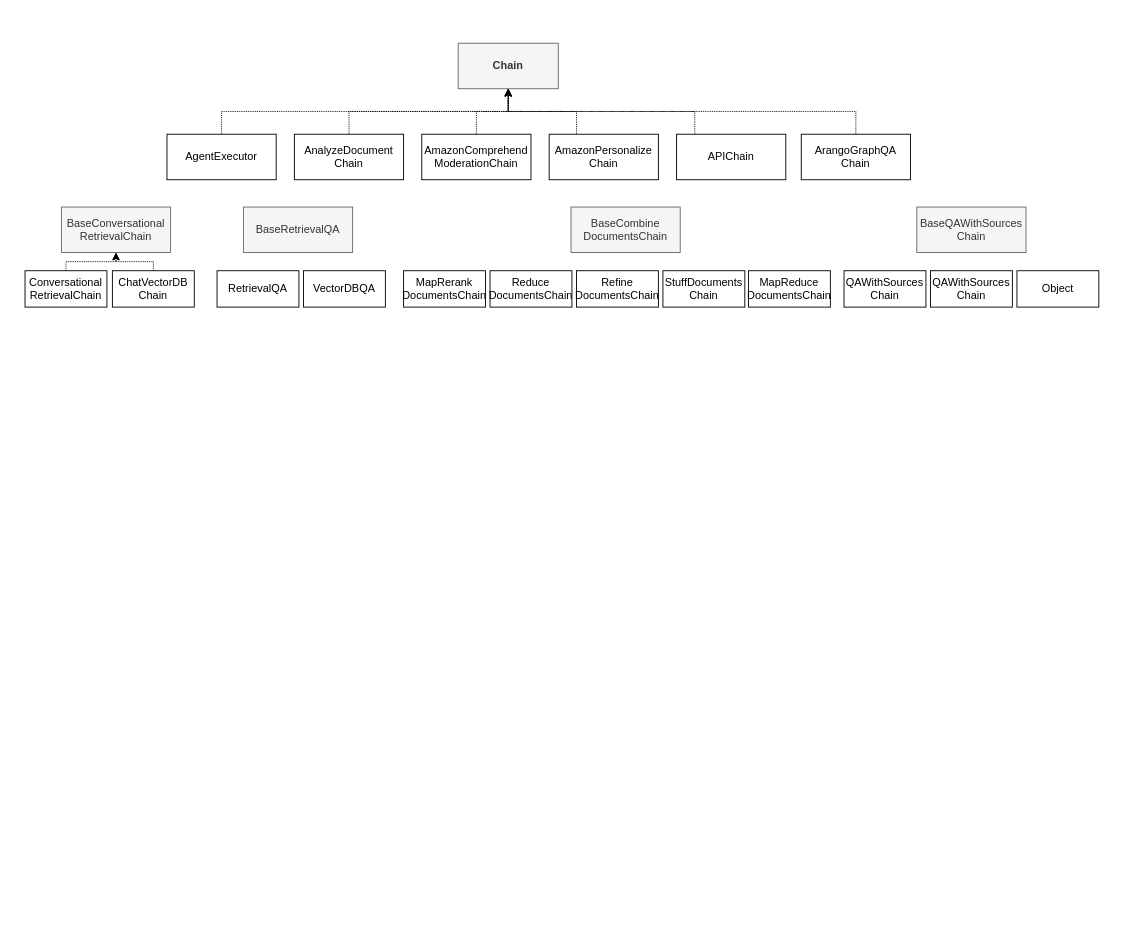
The draw.io diagram page "chains" (1 of 2) of LangChain_Notes.drawio in ooooona/toolkits, before the edit. Source tidied: cells renumbered, new cells numbered last; positions are measured from the earlier drawing's top-left corner, leaving out a move shared by most shapes. Both pictures are drawn from the tidied source at 91%, with x=0, y=0 at pixel (25, 43).
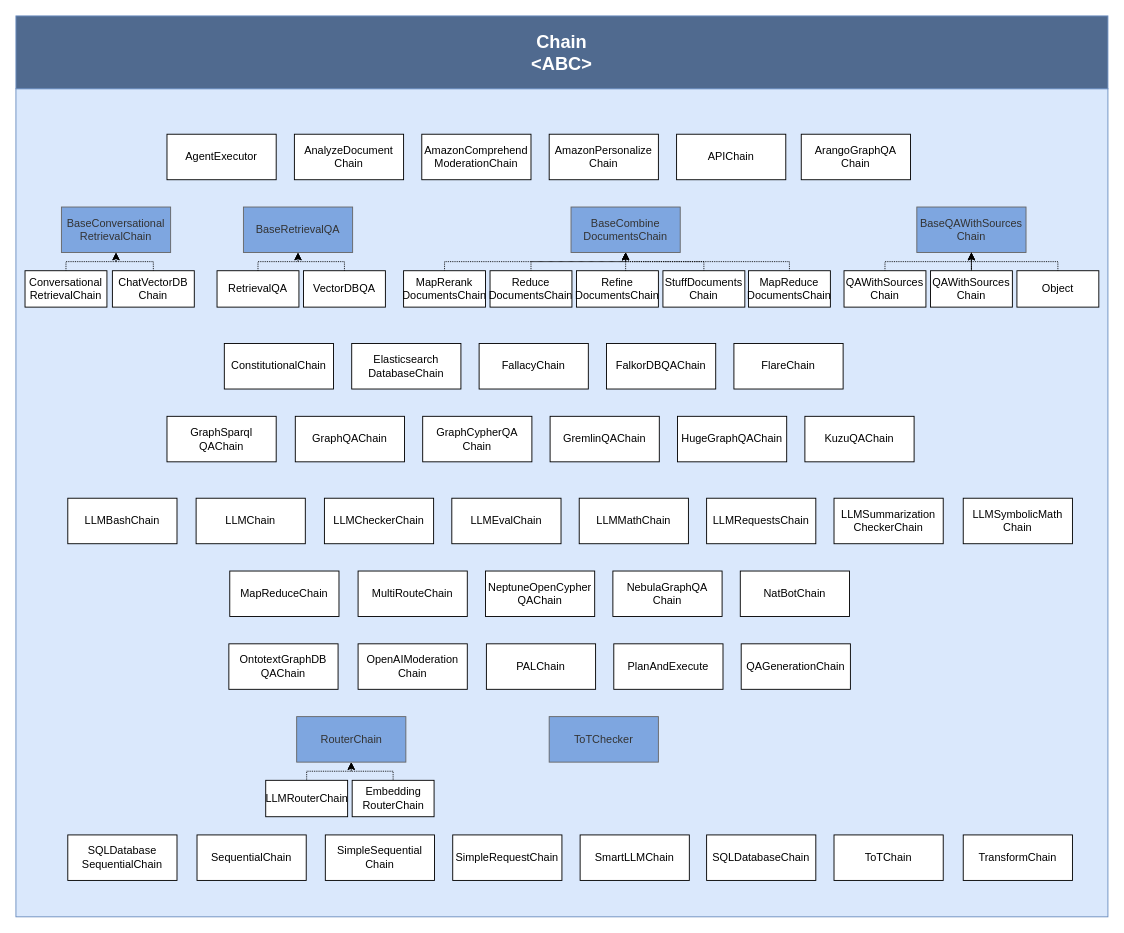
The same diagram, later.

The change refers to these unchanged cells:
```xml
<mxCell id="4" value="AgentExecutor" style="html=1;whiteSpace=wrap;" parent="1" vertex="1">
  <mxGeometry x="156" y="100" width="120" height="50" as="geometry" />
</mxCell>
<mxCell id="6" value="AnalyzeDocument&lt;div&gt;Chain&lt;/div&gt;" style="html=1;whiteSpace=wrap;" parent="1" vertex="1">
  <mxGeometry x="296" y="100" width="120" height="50" as="geometry" />
</mxCell>
<mxCell id="8" value="AmazonComprehend&lt;div&gt;ModerationChain&lt;/div&gt;" style="html=1;whiteSpace=wrap;" parent="1" vertex="1">
  <mxGeometry x="436" y="100" width="120" height="50" as="geometry" />
</mxCell>
<mxCell id="10" value="AmazonPersonalize&lt;div&gt;Chain&lt;/div&gt;" style="html=1;whiteSpace=wrap;" parent="1" vertex="1">
  <mxGeometry x="576" y="100" width="120" height="50" as="geometry" />
</mxCell>
<mxCell id="12" value="APIChain" style="html=1;whiteSpace=wrap;" parent="1" vertex="1">
  <mxGeometry x="716" y="100" width="120" height="50" as="geometry" />
</mxCell>
<mxCell id="14" value="ArangoGraphQA&lt;div&gt;Chain&lt;/div&gt;" style="html=1;whiteSpace=wrap;" parent="1" vertex="1">
  <mxGeometry x="853" y="100" width="120" height="50" as="geometry" />
</mxCell>
<mxCell id="23" value="RetrievalQA" style="html=1;whiteSpace=wrap;" parent="1" vertex="1">
  <mxGeometry x="211" y="250" width="90" height="40" as="geometry" />
</mxCell>
<mxCell id="24" value="VectorDBQA" style="html=1;whiteSpace=wrap;" parent="1" vertex="1">
  <mxGeometry x="306" y="250" width="90" height="40" as="geometry" />
</mxCell>
<mxCell id="25" value="QAWithSources&lt;div&gt;Chain&lt;/div&gt;" style="html=1;whiteSpace=wrap;" parent="1" vertex="1">
  <mxGeometry x="995" y="250" width="90" height="40" as="geometry" />
</mxCell>
<mxCell id="26" value="Object" style="html=1;whiteSpace=wrap;" parent="1" vertex="1">
  <mxGeometry x="1090" y="250" width="90" height="40" as="geometry" />
</mxCell>
<mxCell id="27" value="MapReduce&lt;div&gt;DocumentsChain&lt;/div&gt;" style="html=1;whiteSpace=wrap;" parent="1" vertex="1">
  <mxGeometry x="795" y="250" width="90" height="40" as="geometry" />
</mxCell>
<mxCell id="28" value="MapRerank&lt;div&gt;DocumentsChain&lt;/div&gt;" style="html=1;whiteSpace=wrap;" parent="1" vertex="1">
  <mxGeometry x="416" y="250" width="90" height="40" as="geometry" />
</mxCell>
<mxCell id="29" value="Reduce&lt;div&gt;DocumentsChain&lt;/div&gt;" style="html=1;whiteSpace=wrap;" parent="1" vertex="1">
  <mxGeometry x="511" y="250" width="90" height="40" as="geometry" />
</mxCell>
<mxCell id="30" value="Refine&lt;div&gt;&lt;span style=&quot;background-color: initial;&quot;&gt;DocumentsChain&lt;/span&gt;&lt;/div&gt;" style="html=1;whiteSpace=wrap;" parent="1" vertex="1">
  <mxGeometry x="606" y="250" width="90" height="40" as="geometry" />
</mxCell>
<mxCell id="31" value="StuffDocuments&lt;div&gt;Chain&lt;/div&gt;" style="html=1;whiteSpace=wrap;" parent="1" vertex="1">
  <mxGeometry x="701" y="250" width="90" height="40" as="geometry" />
</mxCell>
<mxCell id="32" value="QAWithSources&lt;div&gt;Chain&lt;/div&gt;" style="html=1;whiteSpace=wrap;" parent="1" vertex="1">
  <mxGeometry x="900" y="250" width="90" height="40" as="geometry" />
</mxCell>
```

Diff of the diagram source:
```diff
@@
+    <mxCell id="33" style="rounded=0;whiteSpace=wrap;html=1;fillColor=#dae8fc;fillStyle=solid;strokeColor=#6c8ebf;" parent="1" vertex="1">
+      <mxGeometry x="-10" y="50" width="1200" height="910" as="geometry" />
+    </mxCell>
-    <mxCell id="2" value="&lt;b&gt;Chain&lt;/b&gt;" style="html=1;whiteSpace=wrap;fillColor=#f5f5f5;fontColor=#333333;strokeColor=#666666;" parent="1" vertex="1">
-      <mxGeometry x="476" width="110" height="50" as="geometry" />
+    <mxCell id="2" value="&lt;font style=&quot;font-size: 20px;&quot; color=&quot;#ffffff&quot;&gt;&lt;b style=&quot;&quot;&gt;Chain&lt;/b&gt;&lt;/font&gt;&lt;div style=&quot;font-size: 20px;&quot;&gt;&lt;font style=&quot;font-size: 20px;&quot; color=&quot;#ffffff&quot;&gt;&lt;b style=&quot;&quot;&gt;&amp;lt;ABC&amp;gt;&lt;/b&gt;&lt;/font&gt;&lt;/div&gt;" style="html=1;whiteSpace=wrap;fillColor=#506A8F;strokeColor=#6c8ebf;" parent="1" vertex="1">
+      <mxGeometry x="-10" y="-30" width="1200" height="80" as="geometry" />
     </mxCell>
-    <mxCell id="3" style="edgeStyle=orthogonalEdgeStyle;rounded=0;jettySize=auto;html=1;entryX=0.5;entryY=1;entryDx=0;entryDy=0;exitX=0.5;exitY=0;exitDx=0;exitDy=0;dashed=1;dashPattern=1 1;" parent="1" edge="1" source="4" target="2">
-      <mxGeometry relative="1" as="geometry" />
-    </mxCell>
@@
-    <mxCell id="5" style="edgeStyle=orthogonalEdgeStyle;rounded=0;jettySize=auto;html=1;exitX=0.5;exitY=0;exitDx=0;exitDy=0;entryX=0.5;entryY=1;entryDx=0;entryDy=0;dashed=1;dashPattern=1 1;" parent="1" edge="1" source="6" target="2">
-      <mxGeometry relative="1" as="geometry" />
-    </mxCell>
@@
-    <mxCell id="7" style="edgeStyle=orthogonalEdgeStyle;rounded=0;jettySize=auto;html=1;exitX=0.5;exitY=0;exitDx=0;exitDy=0;entryX=0.5;entryY=1;entryDx=0;entryDy=0;dashed=1;dashPattern=1 1;" parent="1" edge="1" source="8" target="2">
-      <mxGeometry relative="1" as="geometry" />
-    </mxCell>
@@
-    <mxCell id="9" style="edgeStyle=orthogonalEdgeStyle;rounded=0;jettySize=auto;html=1;entryX=0.5;entryY=1;entryDx=0;entryDy=0;dashed=1;dashPattern=1 1;" parent="1" edge="1" source="10" target="2">
-      <mxGeometry relative="1" as="geometry">
-        <Array as="points">
-          <mxPoint x="606" y="75" />
-          <mxPoint x="531" y="75" />
-        </Array>
-      </mxGeometry>
-    </mxCell>
@@
-    <mxCell id="11" style="edgeStyle=orthogonalEdgeStyle;rounded=0;jettySize=auto;html=1;entryX=0.5;entryY=1;entryDx=0;entryDy=0;dashed=1;dashPattern=1 1;" parent="1" edge="1" source="12" target="2">
-      <mxGeometry relative="1" as="geometry">
-        <Array as="points">
-          <mxPoint x="736" y="75" />
-          <mxPoint x="531" y="75" />
-        </Array>
-      </mxGeometry>
-    </mxCell>
@@
-    <mxCell id="13" style="edgeStyle=orthogonalEdgeStyle;rounded=0;jettySize=auto;html=1;entryX=0.5;entryY=1;entryDx=0;entryDy=0;exitX=0.5;exitY=0;exitDx=0;exitDy=0;dashed=1;dashPattern=1 1;" parent="1" edge="1" source="14" target="2">
-      <mxGeometry relative="1" as="geometry" />
-    </mxCell>
@@
-    <mxCell id="15" value="BaseConversational&lt;div&gt;RetrievalChain&lt;/div&gt;" style="html=1;whiteSpace=wrap;fillColor=#f5f5f5;fontColor=#333333;strokeColor=#666666;" parent="1" vertex="1">
+    <mxCell id="15" value="BaseConversational&lt;div&gt;RetrievalChain&lt;/div&gt;" style="html=1;whiteSpace=wrap;fillColor=#7EA6E0;fontColor=#333333;strokeColor=#666666;" parent="1" vertex="1">
       <mxGeometry x="40" y="180" width="120" height="50" as="geometry" />
     </mxCell>
-    <mxCell id="16" value="BaseRetrievalQA" style="html=1;whiteSpace=wrap;fillColor=#f5f5f5;fontColor=#333333;strokeColor=#666666;" parent="1" vertex="1">
+    <mxCell id="16" value="BaseRetrievalQA" style="html=1;whiteSpace=wrap;fillColor=#7EA6E0;fontColor=#333333;strokeColor=#666666;" parent="1" vertex="1">
       <mxGeometry x="240" y="180" width="120" height="50" as="geometry" />
     </mxCell>
-    <mxCell id="17" value="BaseCombine&lt;div&gt;DocumentsChain&lt;br&gt;&lt;/div&gt;" style="html=1;whiteSpace=wrap;fillColor=#f5f5f5;fontColor=#333333;strokeColor=#666666;" parent="1" vertex="1">
+    <mxCell id="17" value="BaseCombine&lt;div&gt;DocumentsChain&lt;br&gt;&lt;/div&gt;" style="html=1;whiteSpace=wrap;fillColor=#7EA6E0;fontColor=#333333;strokeColor=#666666;" parent="1" vertex="1">
       <mxGeometry x="600" y="180" width="120" height="50" as="geometry" />
     </mxCell>
-    <mxCell id="18" value="BaseQAWithSources&lt;div&gt;Chain&lt;/div&gt;" style="html=1;whiteSpace=wrap;fillColor=#f5f5f5;fontColor=#333333;strokeColor=#666666;" parent="1" vertex="1">
+    <mxCell id="18" value="BaseQAWithSources&lt;div&gt;Chain&lt;/div&gt;" style="html=1;whiteSpace=wrap;fillColor=#7EA6E0;fontColor=#333333;strokeColor=#666666;" parent="1" vertex="1">
       <mxGeometry x="980" y="180" width="120" height="50" as="geometry" />
     </mxCell>
@@
+    <mxCell id="34" style="edgeStyle=orthogonalEdgeStyle;rounded=0;jettySize=auto;html=1;entryX=0.5;entryY=1;entryDx=0;entryDy=0;dashed=1;dashPattern=1 1;" parent="1" edge="1" source="25" target="18">
+      <mxGeometry relative="1" as="geometry" />
+    </mxCell>
@@
+    <mxCell id="35" style="edgeStyle=orthogonalEdgeStyle;rounded=0;jettySize=auto;html=1;entryX=0.5;entryY=1;entryDx=0;entryDy=0;dashed=1;dashPattern=1 1;" parent="1" edge="1" source="26" target="18">
+      <mxGeometry relative="1" as="geometry">
+        <Array as="points">
+          <mxPoint x="1135" y="240" />
+          <mxPoint x="1040" y="240" />
+        </Array>
+      </mxGeometry>
+    </mxCell>
@@
+    <mxCell id="36" style="edgeStyle=orthogonalEdgeStyle;rounded=0;jettySize=auto;html=1;entryX=0.5;entryY=1;entryDx=0;entryDy=0;dashed=1;dashPattern=1 1;" parent="1" edge="1" source="27" target="17">
+      <mxGeometry relative="1" as="geometry">
+        <Array as="points">
+          <mxPoint x="840" y="240" />
+          <mxPoint x="660" y="240" />
+        </Array>
+      </mxGeometry>
+    </mxCell>
@@
+    <mxCell id="37" style="edgeStyle=orthogonalEdgeStyle;rounded=0;jettySize=auto;html=1;entryX=0.5;entryY=1;entryDx=0;entryDy=0;dashed=1;dashPattern=1 1;" parent="1" edge="1" source="28" target="17">
+      <mxGeometry relative="1" as="geometry">
+        <Array as="points">
+          <mxPoint x="461" y="240" />
+          <mxPoint x="660" y="240" />
+        </Array>
+      </mxGeometry>
+    </mxCell>
@@
+    <mxCell id="38" style="edgeStyle=orthogonalEdgeStyle;rounded=0;jettySize=auto;html=1;entryX=0.5;entryY=1;entryDx=0;entryDy=0;dashed=1;dashPattern=1 1;" parent="1" edge="1" source="29" target="17">
+      <mxGeometry relative="1" as="geometry">
+        <Array as="points">
+          <mxPoint x="556" y="240" />
+          <mxPoint x="660" y="240" />
+        </Array>
+      </mxGeometry>
+    </mxCell>
@@
+    <mxCell id="39" style="edgeStyle=orthogonalEdgeStyle;rounded=0;jettySize=auto;html=1;entryX=0.5;entryY=1;entryDx=0;entryDy=0;dashed=1;dashPattern=1 1;" parent="1" edge="1" source="31" target="17">
+      <mxGeometry relative="1" as="geometry">
+        <Array as="points">
+          <mxPoint x="746" y="240" />
+          <mxPoint x="660" y="240" />
+        </Array>
+      </mxGeometry>
+    </mxCell>
@@
+    <mxCell id="40" style="edgeStyle=orthogonalEdgeStyle;rounded=0;jettySize=auto;html=1;entryX=0.5;entryY=1;entryDx=0;entryDy=0;dashed=1;dashPattern=1 1;" parent="1" edge="1" source="32" target="18">
+      <mxGeometry relative="1" as="geometry">
+        <Array as="points">
+          <mxPoint x="945" y="240" />
+          <mxPoint x="1040" y="240" />
+        </Array>
+      </mxGeometry>
+    </mxCell>
@@
+    <mxCell id="41" style="edgeStyle=orthogonalEdgeStyle;rounded=0;jettySize=auto;html=1;entryX=0.5;entryY=1;entryDx=0;entryDy=0;dashed=1;dashPattern=1 1;" parent="1" edge="1" source="23" target="16">
+      <mxGeometry relative="1" as="geometry">
+        <Array as="points">
+          <mxPoint x="256" y="240" />
+          <mxPoint x="300" y="240" />
+        </Array>
+      </mxGeometry>
+    </mxCell>
+    <mxCell id="42" style="edgeStyle=orthogonalEdgeStyle;rounded=0;jettySize=auto;html=1;entryX=0.5;entryY=1;entryDx=0;entryDy=0;dashed=1;dashPattern=1 1;" parent="1" edge="1" source="24" target="16">
+      <mxGeometry relative="1" as="geometry">
+        <Array as="points">
+          <mxPoint x="351" y="240" />
+          <mxPoint x="300" y="240" />
+        </Array>
+      </mxGeometry>
+    </mxCell>
+    <mxCell id="43" style="edgeStyle=orthogonalEdgeStyle;rounded=0;jettySize=auto;html=1;dashed=1;dashPattern=1 1;" parent="1" edge="1" source="30">
+      <mxGeometry relative="1" as="geometry">
+        <mxPoint x="660" y="230" as="targetPoint" />
+        <Array as="points">
+          <mxPoint x="660" y="240" />
+          <mxPoint x="660" y="240" />
+        </Array>
+      </mxGeometry>
+    </mxCell>
+    <mxCell id="44" value="ConstitutionalChain" style="html=1;whiteSpace=wrap;" parent="1" vertex="1">
+      <mxGeometry x="219" y="330" width="120" height="50" as="geometry" />
+    </mxCell>
+    <mxCell id="45" value="Elasticsearch&lt;div&gt;DatabaseChain&lt;br&gt;&lt;/div&gt;" style="html=1;whiteSpace=wrap;" parent="1" vertex="1">
+      <mxGeometry x="359" y="330" width="120" height="50" as="geometry" />
+    </mxCell>
+    <mxCell id="46" value="FallacyChain" style="html=1;whiteSpace=wrap;" parent="1" vertex="1">
+      <mxGeometry x="499" y="330" width="120" height="50" as="geometry" />
+    </mxCell>
+    <mxCell id="47" value="FalkorDBQAChain" style="html=1;whiteSpace=wrap;" parent="1" vertex="1">
+      <mxGeometry x="639" y="330" width="120" height="50" as="geometry" />
+    </mxCell>
+    <mxCell id="48" value="FlareChain" style="html=1;whiteSpace=wrap;" parent="1" vertex="1">
+      <mxGeometry x="779" y="330" width="120" height="50" as="geometry" />
+    </mxCell>
+    <mxCell id="49" value="GraphSparql&lt;div&gt;QAChain&lt;br&gt;&lt;/div&gt;" style="html=1;whiteSpace=wrap;" parent="1" vertex="1">
+      <mxGeometry x="156" y="410" width="120" height="50" as="geometry" />
+    </mxCell>
+    <mxCell id="50" value="GraphQAChain" style="html=1;whiteSpace=wrap;" parent="1" vertex="1">
+      <mxGeometry x="297" y="410" width="120" height="50" as="geometry" />
+    </mxCell>
+    <mxCell id="51" value="&lt;div&gt;GraphCypherQA&lt;/div&gt;&lt;div&gt;Chain&lt;br&gt;&lt;/div&gt;" style="html=1;whiteSpace=wrap;" parent="1" vertex="1">
+      <mxGeometry x="437" y="410" width="120" height="50" as="geometry" />
+    </mxCell>
+    <mxCell id="52" value="GremlinQAChain" style="html=1;whiteSpace=wrap;" parent="1" vertex="1">
+      <mxGeometry x="577" y="410" width="120" height="50" as="geometry" />
+    </mxCell>
+    <mxCell id="53" value="HugeGraphQAChain" style="html=1;whiteSpace=wrap;" parent="1" vertex="1">
+      <mxGeometry x="717" y="410" width="120" height="50" as="geometry" />
+    </mxCell>
+    <mxCell id="54" value="KuzuQAChain" style="html=1;whiteSpace=wrap;" parent="1" vertex="1">
+      <mxGeometry x="857" y="410" width="120" height="50" as="geometry" />
+    </mxCell>
+    <mxCell id="55" value="&lt;div&gt;LLMBashChain&lt;br&gt;&lt;/div&gt;" style="html=1;whiteSpace=wrap;" parent="1" vertex="1">
+      <mxGeometry x="47" y="500" width="120" height="50" as="geometry" />
+    </mxCell>
+    <mxCell id="56" value="&lt;div&gt;LLMChain&lt;br&gt;&lt;/div&gt;" style="html=1;whiteSpace=wrap;" parent="1" vertex="1">
+      <mxGeometry x="188" y="500" width="120" height="50" as="geometry" />
+    </mxCell>
+    <mxCell id="57" value="LLMCheckerChain" style="html=1;whiteSpace=wrap;" parent="1" vertex="1">
+      <mxGeometry x="329" y="500" width="120" height="50" as="geometry" />
+    </mxCell>
+    <mxCell id="58" value="&lt;div&gt;LLMEvalChain&lt;br&gt;&lt;/div&gt;" style="html=1;whiteSpace=wrap;" parent="1" vertex="1">
+      <mxGeometry x="469" y="500" width="120" height="50" as="geometry" />
+    </mxCell>
+    <mxCell id="59" value="LLMMathChain" style="html=1;whiteSpace=wrap;" parent="1" vertex="1">
+      <mxGeometry x="609" y="500" width="120" height="50" as="geometry" />
+    </mxCell>
+    <mxCell id="60" value="LLMRequestsChain" style="html=1;whiteSpace=wrap;" parent="1" vertex="1">
+      <mxGeometry x="749" y="500" width="120" height="50" as="geometry" />
+    </mxCell>
+    <mxCell id="61" value="LLMSummarization&lt;div&gt;CheckerChain&lt;/div&gt;" style="html=1;whiteSpace=wrap;" parent="1" vertex="1">
+      <mxGeometry x="889" y="500" width="120" height="50" as="geometry" />
+    </mxCell>
+    <mxCell id="62" value="LLMSymbolicMath&lt;div&gt;Chain&lt;br&gt;&lt;/div&gt;" style="html=1;whiteSpace=wrap;" parent="1" vertex="1">
+      <mxGeometry x="1031" y="500" width="120" height="50" as="geometry" />
+    </mxCell>
+    <mxCell id="63" value="&lt;div&gt;MapReduceChain&lt;br&gt;&lt;/div&gt;" style="html=1;whiteSpace=wrap;" parent="1" vertex="1">
+      <mxGeometry x="225" y="580" width="120" height="50" as="geometry" />
+    </mxCell>
+    <mxCell id="64" value="MultiRouteChain" style="html=1;whiteSpace=wrap;" parent="1" vertex="1">
+      <mxGeometry x="366" y="580" width="120" height="50" as="geometry" />
+    </mxCell>
+    <mxCell id="65" value="&lt;div&gt;NeptuneOpenCypher&lt;/div&gt;&lt;div&gt;QAChain&lt;br&gt;&lt;/div&gt;" style="html=1;whiteSpace=wrap;" parent="1" vertex="1">
+      <mxGeometry x="506" y="580" width="120" height="50" as="geometry" />
+    </mxCell>
+    <mxCell id="66" value="NebulaGraphQA&lt;div&gt;Chain&lt;/div&gt;" style="html=1;whiteSpace=wrap;" parent="1" vertex="1">
+      <mxGeometry x="646" y="580" width="120" height="50" as="geometry" />
+    </mxCell>
+    <mxCell id="67" value="NatBotChain" style="html=1;whiteSpace=wrap;" parent="1" vertex="1">
+      <mxGeometry x="786" y="580" width="120" height="50" as="geometry" />
+    </mxCell>
+    <mxCell id="68" value="OntotextGraphDB&lt;div&gt;QAChain&lt;/div&gt;" style="html=1;whiteSpace=wrap;" parent="1" vertex="1">
+      <mxGeometry x="224" y="660" width="120" height="50" as="geometry" />
+    </mxCell>
+    <mxCell id="69" value="&lt;div&gt;OpenAIModeration&lt;/div&gt;&lt;div&gt;Chain&lt;br&gt;&lt;/div&gt;" style="html=1;whiteSpace=wrap;" parent="1" vertex="1">
+      <mxGeometry x="366" y="660" width="120" height="50" as="geometry" />
+    </mxCell>
+    <mxCell id="70" value="PALChain" style="html=1;whiteSpace=wrap;" parent="1" vertex="1">
+      <mxGeometry x="507" y="660" width="120" height="50" as="geometry" />
+    </mxCell>
+    <mxCell id="71" value="&lt;div&gt;PlanAndExecute&lt;br&gt;&lt;/div&gt;" style="html=1;whiteSpace=wrap;" parent="1" vertex="1">
+      <mxGeometry x="647" y="660" width="120" height="50" as="geometry" />
+    </mxCell>
+    <mxCell id="72" value="QAGenerationChain" style="html=1;whiteSpace=wrap;" parent="1" vertex="1">
+      <mxGeometry x="787" y="660" width="120" height="50" as="geometry" />
+    </mxCell>
+    <mxCell id="73" value="RouterChain" style="html=1;whiteSpace=wrap;fillColor=#7EA6E0;fontColor=#333333;strokeColor=#666666;" parent="1" vertex="1">
+      <mxGeometry x="298.5" y="740" width="120" height="50" as="geometry" />
+    </mxCell>
+    <mxCell id="74" style="edgeStyle=orthogonalEdgeStyle;rounded=0;jettySize=auto;html=1;entryX=0.5;entryY=1;entryDx=0;entryDy=0;dashed=1;dashPattern=1 1;" parent="1" edge="1" source="75" target="73">
+      <mxGeometry relative="1" as="geometry">
+        <Array as="points">
+          <mxPoint x="309.5" y="800" />
+          <mxPoint x="358.5" y="800" />
+        </Array>
+      </mxGeometry>
+    </mxCell>
+    <mxCell id="75" value="LLMRouterChain" style="html=1;whiteSpace=wrap;" parent="1" vertex="1">
+      <mxGeometry x="264.5" y="810" width="90" height="40" as="geometry" />
+    </mxCell>
+    <mxCell id="76" style="edgeStyle=orthogonalEdgeStyle;rounded=0;jettySize=auto;html=1;entryX=0.5;entryY=1;entryDx=0;entryDy=0;dashed=1;dashPattern=1 1;" parent="1" edge="1" source="77" target="73">
+      <mxGeometry relative="1" as="geometry">
+        <Array as="points">
+          <mxPoint x="404.5" y="800" />
+          <mxPoint x="358.5" y="800" />
+        </Array>
+      </mxGeometry>
+    </mxCell>
+    <mxCell id="77" value="Embedding&lt;div&gt;RouterChain&lt;/div&gt;" style="html=1;whiteSpace=wrap;" parent="1" vertex="1">
+      <mxGeometry x="359.5" y="810" width="90" height="40" as="geometry" />
+    </mxCell>
+    <mxCell id="78" value="SQLDatabase&lt;div&gt;SequentialChain&lt;br&gt;&lt;/div&gt;" style="html=1;whiteSpace=wrap;" parent="1" vertex="1">
+      <mxGeometry x="47" y="870" width="120" height="50" as="geometry" />
+    </mxCell>
+    <mxCell id="79" value="&lt;div&gt;SequentialChain&lt;br&gt;&lt;/div&gt;" style="html=1;whiteSpace=wrap;" parent="1" vertex="1">
+      <mxGeometry x="189" y="870" width="120" height="50" as="geometry" />
+    </mxCell>
+    <mxCell id="80" value="SimpleSequential&lt;div&gt;Chain&lt;/div&gt;" style="html=1;whiteSpace=wrap;" parent="1" vertex="1">
+      <mxGeometry x="330" y="870" width="120" height="50" as="geometry" />
+    </mxCell>
+    <mxCell id="81" value="&lt;div&gt;SimpleRequestChain&lt;br&gt;&lt;/div&gt;" style="html=1;whiteSpace=wrap;" parent="1" vertex="1">
+      <mxGeometry x="470" y="870" width="120" height="50" as="geometry" />
+    </mxCell>
+    <mxCell id="82" value="SmartLLMChain" style="html=1;whiteSpace=wrap;" parent="1" vertex="1">
+      <mxGeometry x="610" y="870" width="120" height="50" as="geometry" />
+    </mxCell>
+    <mxCell id="83" value="SQLDatabaseChain" style="html=1;whiteSpace=wrap;" parent="1" vertex="1">
+      <mxGeometry x="749" y="870" width="120" height="50" as="geometry" />
+    </mxCell>
+    <mxCell id="84" value="&lt;div&gt;ToTChain&lt;br&gt;&lt;/div&gt;" style="html=1;whiteSpace=wrap;" parent="1" vertex="1">
+      <mxGeometry x="889" y="870" width="120" height="50" as="geometry" />
+    </mxCell>
+    <mxCell id="85" value="TransformChain" style="html=1;whiteSpace=wrap;" parent="1" vertex="1">
+      <mxGeometry x="1031" y="870" width="120" height="50" as="geometry" />
+    </mxCell>
+    <mxCell id="86" value="ToTChecker" style="html=1;whiteSpace=wrap;fillColor=#7EA6E0;fontColor=#333333;strokeColor=#666666;" parent="1" vertex="1">
+      <mxGeometry x="576" y="740" width="120" height="50" as="geometry" />
+    </mxCell>
```
